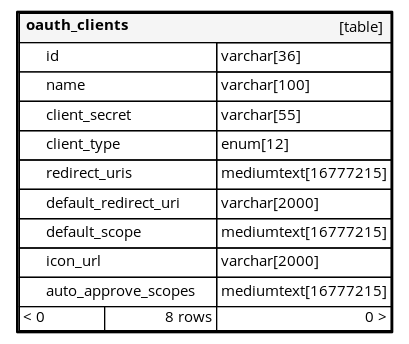
FAForever/db keeps this Graphviz diagram as diagrams/orphans/oauth_clients.1degree.png. Above is the earlier version. Its source is kept beside it as diagrams/orphans/oauth_clients.1degree.dot.
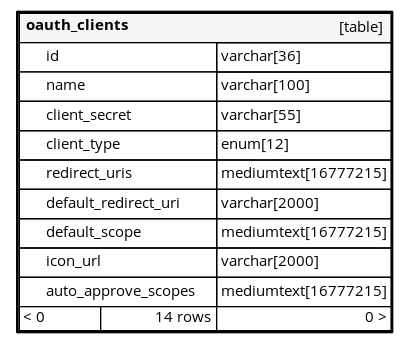
Later version of the same file.

What changed in the source:
```diff
@@ -29,7 +29,7 @@
       <TR><TD PORT="default_scope" COLSPAN="2" ALIGN="LEFT"><TABLE BORDER="0" CELLSPACING="0" ALIGN="LEFT"><TR ALIGN="LEFT"><TD ALIGN="LEFT" FIXEDSIZE="TRUE" WIDTH="15" HEIGHT="16"></TD><TD ALIGN="LEFT" FIXEDSIZE="TRUE" WIDTH="127" HEIGHT="16">default_scope</TD></TR></TABLE></TD><TD PORT="default_scope.type" ALIGN="LEFT">mediumtext[16777215]</TD></TR>
       <TR><TD PORT="icon_url" COLSPAN="2" ALIGN="LEFT"><TABLE BORDER="0" CELLSPACING="0" ALIGN="LEFT"><TR ALIGN="LEFT"><TD ALIGN="LEFT" FIXEDSIZE="TRUE" WIDTH="15" HEIGHT="16"></TD><TD ALIGN="LEFT" FIXEDSIZE="TRUE" WIDTH="127" HEIGHT="16">icon_url</TD></TR></TABLE></TD><TD PORT="icon_url.type" ALIGN="LEFT">varchar[2000]</TD></TR>
       <TR><TD PORT="auto_approve_scopes" COLSPAN="2" ALIGN="LEFT"><TABLE BORDER="0" CELLSPACING="0" ALIGN="LEFT"><TR ALIGN="LEFT"><TD ALIGN="LEFT" FIXEDSIZE="TRUE" WIDTH="15" HEIGHT="16"></TD><TD ALIGN="LEFT" FIXEDSIZE="TRUE" WIDTH="127" HEIGHT="16">auto_approve_scopes</TD></TR></TABLE></TD><TD PORT="auto_approve_scopes.type" ALIGN="LEFT">mediumtext[16777215]</TD></TR>
-      <TR><TD ALIGN="LEFT" BGCOLOR="#ffffff">&lt; 0</TD><TD ALIGN="RIGHT" BGCOLOR="#ffffff">8 rows</TD><TD ALIGN="RIGHT" BGCOLOR="#ffffff">0 &gt;</TD></TR>
+      <TR><TD ALIGN="LEFT" BGCOLOR="#ffffff">&lt; 0</TD><TD ALIGN="RIGHT" BGCOLOR="#ffffff">14 rows</TD><TD ALIGN="RIGHT" BGCOLOR="#ffffff">0 &gt;</TD></TR>
     </TABLE>>
     URL="tables/oauth_clients.html"
     target="_top"
```
